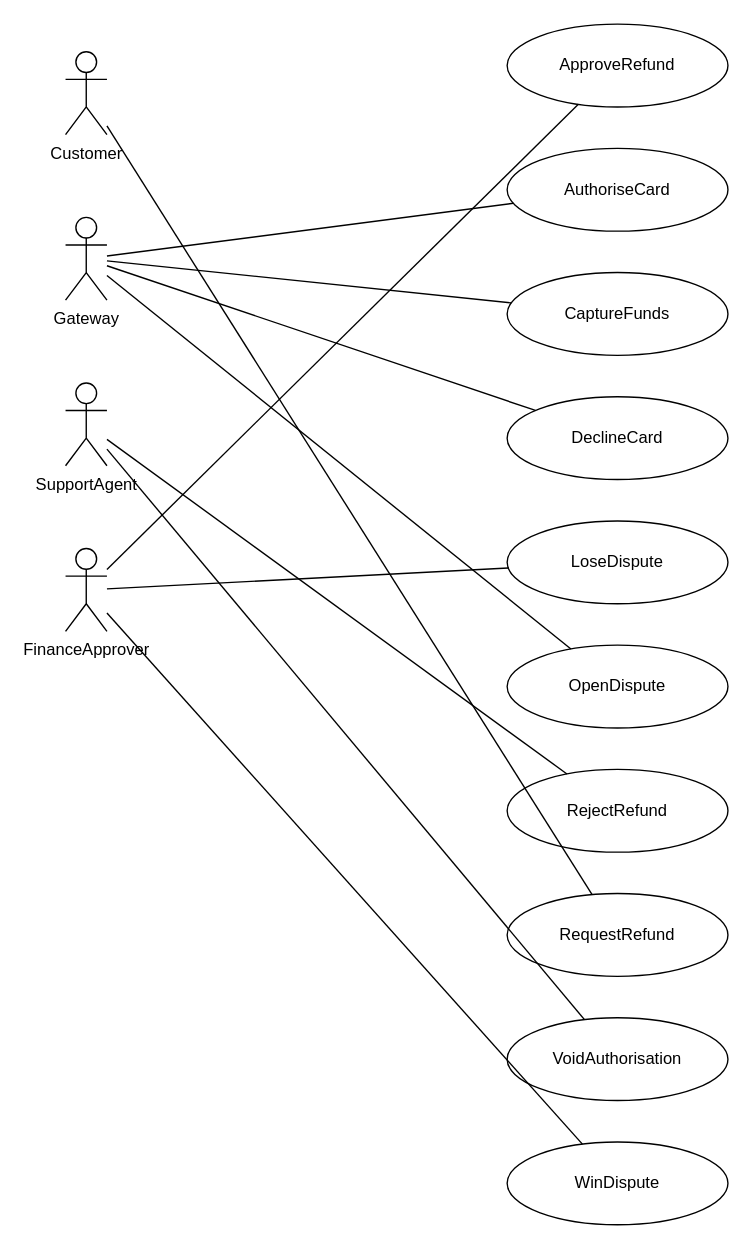
This is page "Use cases" (3 of 3) of verification/interop/generated/card-payment.drawio from 45ck/eija-studio, a draw.io file, before an edit. Source tidied: cells renumbered, new cells numbered last; positions are measured from the earlier drawing's top-left corner, leaving out a move shared by most shapes. Both pictures are drawn from the tidied source at 138%, with x=0, y=0 at pixel (65, 23).
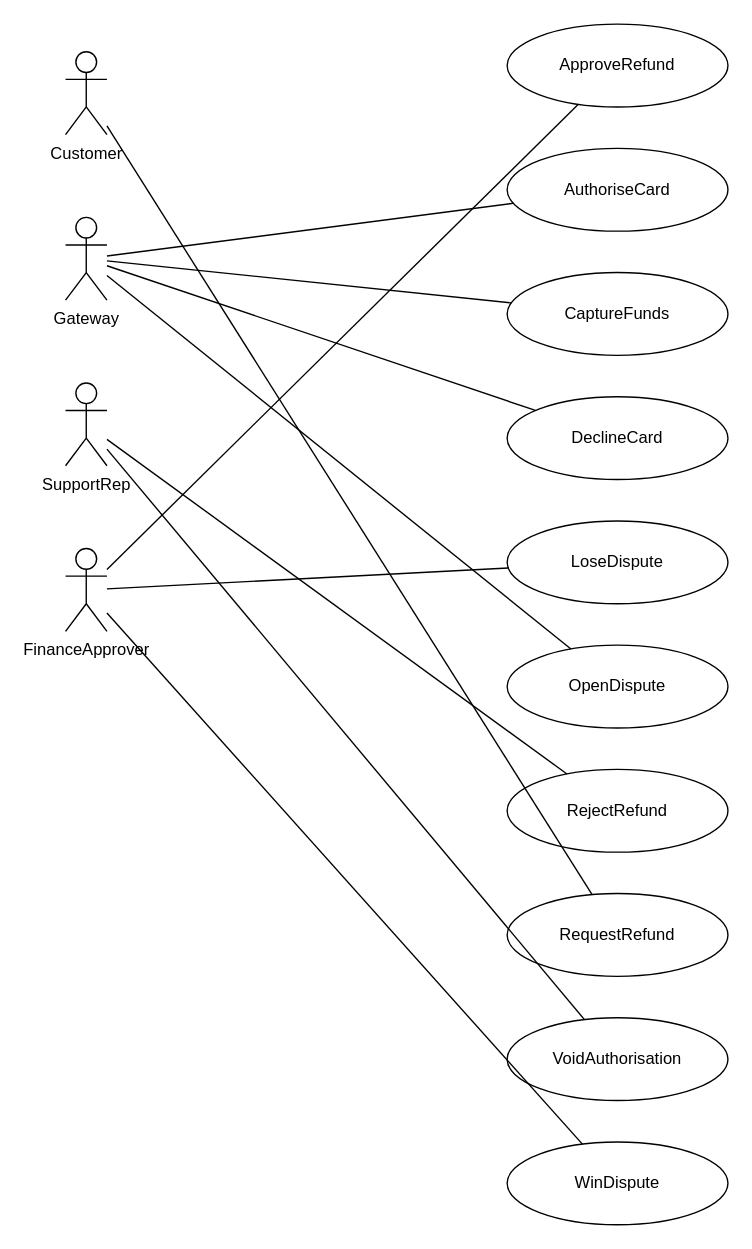
The same diagram, later.

The edit, as a diff of the source:
```diff
@@
-    <mxCell id="4" value="SupportAgent" style="shape=umlActor;verticalLabelPosition=bottom;verticalAlign=top;html=1;" parent="1" vertex="1">
+    <mxCell id="4" value="SupportRep" style="shape=umlActor;verticalLabelPosition=bottom;verticalAlign=top;html=1;" parent="1" vertex="1">
       <mxGeometry y="260" width="30" height="60" as="geometry" />
     </mxCell>
```
